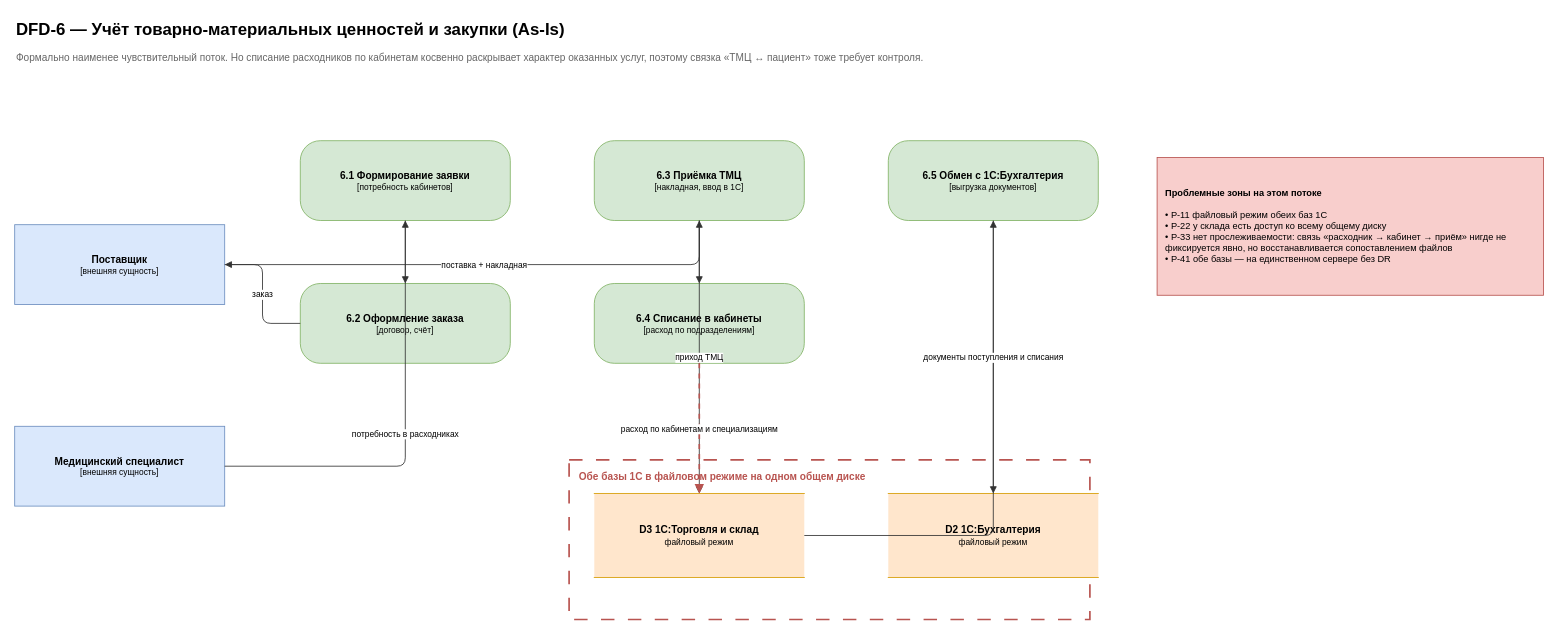
talasbekov/architecture-medikamente keeps this draw.io diagram as page "DFD-6 Склад и ТМЦ (As-Is)" (7 of 8) of Task1/Medikamente_DFD_as-is.drawio.xml. Above is the earlier version. Source tidied: cells renumbered, new cells numbered last; positions are measured from the earlier drawing's top-left corner, leaving out a move shared by most shapes. Both pictures are drawn from the tidied source at 84%, with x=0, y=0 at pixel (14, 14).
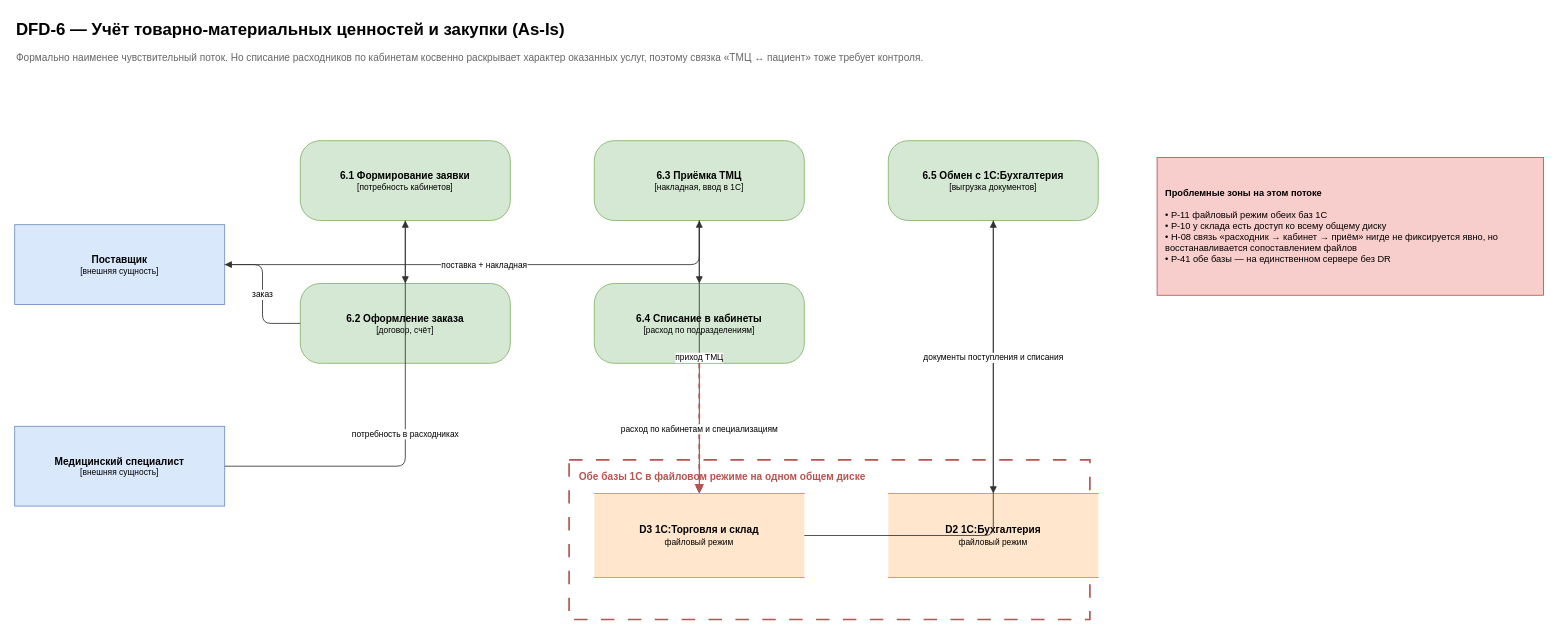
Above is the later version.

The edit, as a diff of the source:
```diff
@@
-    <mxCell id="23" value="&lt;b&gt;Проблемные зоны на этом потоке&lt;/b&gt;&lt;br&gt;&lt;br&gt;• Р-11 файловый режим обеих баз 1С&lt;br&gt;• Р-22 у склада есть доступ ко всему общему диску&lt;br&gt;• Р-33 нет прослеживаемости: связь «расходник → кабинет → приём» нигде не фиксируется явно, но восстанавливается сопоставлением файлов&lt;br&gt;• Р-41 обе базы — на единственном сервере без DR" style="rounded=0;whiteSpace=wrap;html=1;fillColor=#f8cecc;strokeColor=#b85450;fontSize=11;verticalAlign=middle;align=left;spacingLeft=8;" parent="1" vertex="1">
+    <mxCell id="23" value="&lt;b&gt;Проблемные зоны на этом потоке&lt;/b&gt;&lt;br&gt;&lt;br&gt;• Р-11 файловый режим обеих баз 1С&lt;br&gt;• Р-10 у склада есть доступ ко всему общему диску&lt;br&gt;• Н-08 связь «расходник → кабинет → приём» нигде не фиксируется явно, но восстанавливается сопоставлением файлов&lt;br&gt;• Р-41 обе базы — на единственном сервере без DR" style="rounded=0;whiteSpace=wrap;html=1;fillColor=#f8cecc;strokeColor=#b85450;fontSize=11;verticalAlign=middle;align=left;spacingLeft=8;" parent="1" vertex="1">
       <mxGeometry x="1360" y="170" width="460" height="164" as="geometry" />
     </mxCell>
```
